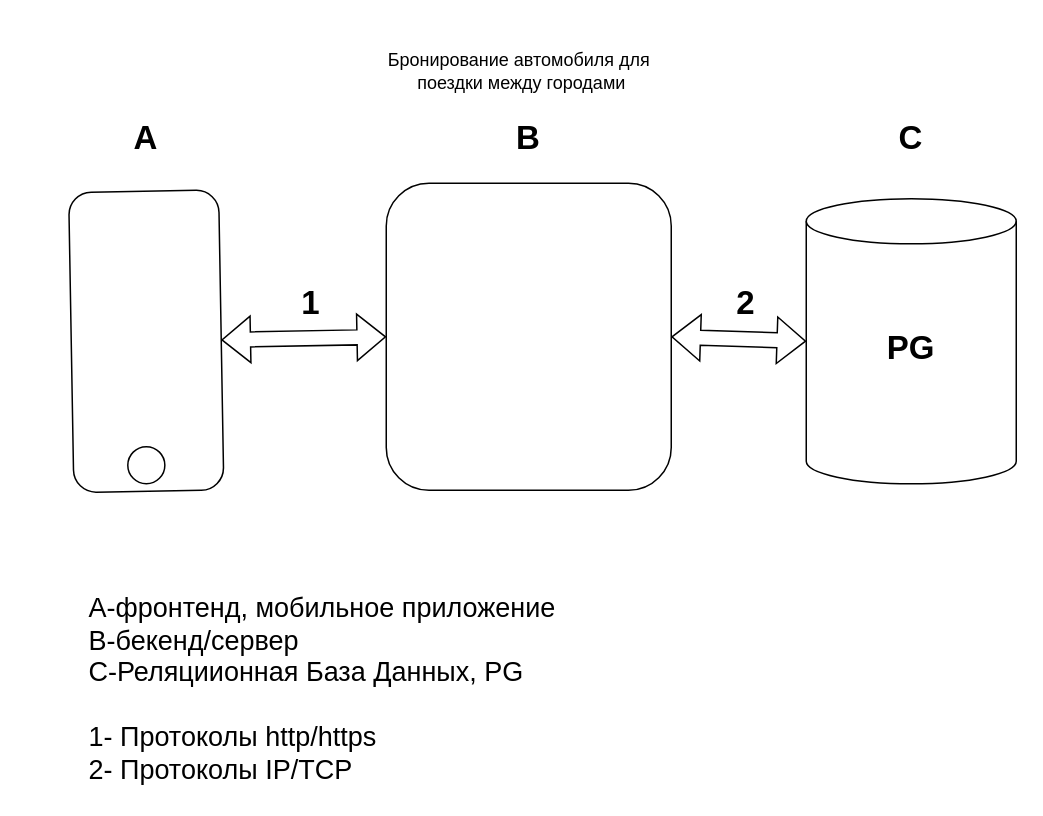
The draw.io diagram Tsaplina_Svetlana/Архитектура.drawio in abdullahproff/BSA21_1, before the edit. Source tidied: cells renumbered, new cells numbered last; positions are measured from the earlier drawing's top-left corner, leaving out a move shared by most shapes. Both pictures are drawn from the tidied source at 150%, with x=0, y=0 at pixel (-4, 40).
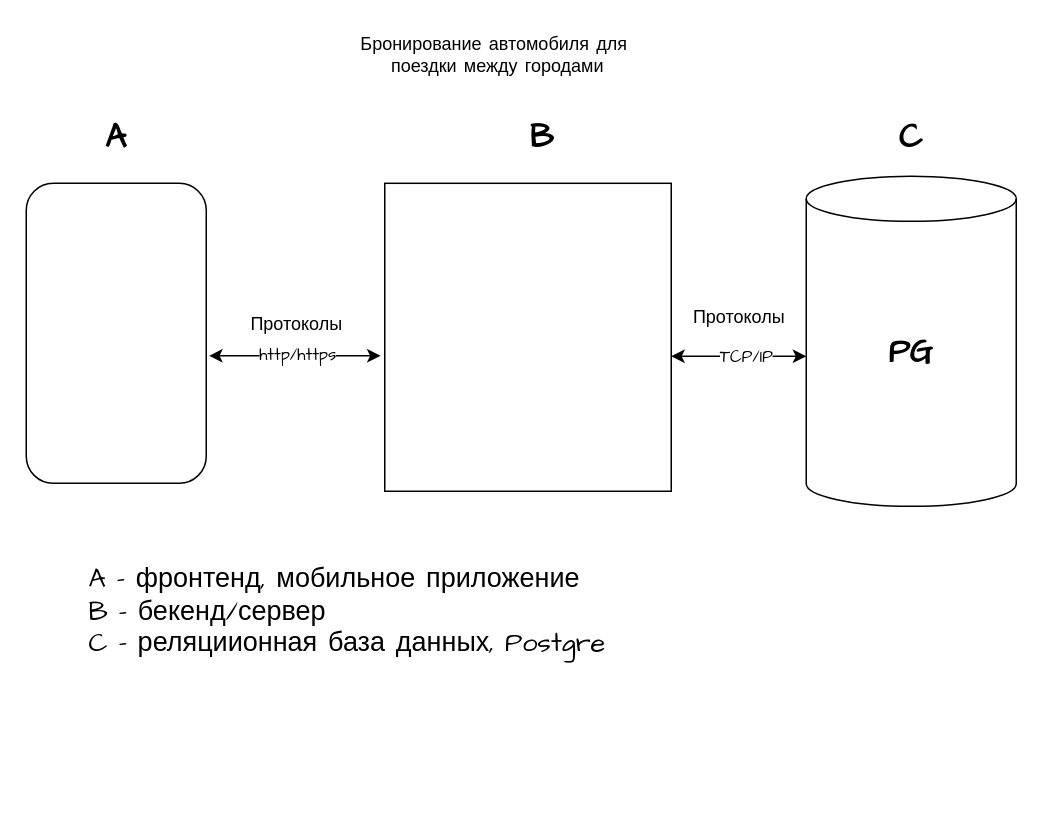
The same diagram, later.

Diff of the diagram source:
```diff
@@
     <mxCell id="2" style="shape=cylinder3;whiteSpace=wrap;html=1;boundedLbl=1;backgroundOutline=1;size=15;" parent="1" vertex="1">
-      <mxGeometry x="540" y="105" width="140" height="190" as="geometry" />
+      <mxGeometry x="540" y="90" width="140" height="220" as="geometry" />
     </mxCell>
-    <mxCell id="3" style="rounded=1;whiteSpace=wrap;html=1;rotation=89;" parent="1" vertex="1">
-      <mxGeometry y="150" width="200" height="100" as="geometry" />
-    </mxCell>
-    <mxCell id="4" style="ellipse;whiteSpace=wrap;html=1;" parent="1" vertex="1">
-      <mxGeometry x="87.7" y="270.3" width="24.7" height="24.7" as="geometry" />
-    </mxCell>
-    <mxCell id="5" style="rounded=1;whiteSpace=wrap;html=1;" parent="1" vertex="1">
-      <mxGeometry x="260" y="94.7" width="190" height="204.7" as="geometry" />
-    </mxCell>
-    <mxCell id="6" value="A" style="text;html=1;strokeColor=none;fillColor=none;align=center;verticalAlign=middle;whiteSpace=wrap;rounded=0;fontStyle=1;fontSize=22;" parent="1" vertex="1">
-      <mxGeometry x="70" y="50" width="60" height="30" as="geometry" />
+    <mxCell id="6" value="A" style="text;html=1;strokeColor=none;fillColor=none;align=center;verticalAlign=middle;whiteSpace=wrap;rounded=0;fontStyle=1;fontSize=22;fontFamily=Comic Sans MS;" parent="1" vertex="1">
+      <mxGeometry x="50" y="50" width="60" height="30" as="geometry" />
     </mxCell>
-    <mxCell id="7" value="B" style="text;html=1;strokeColor=none;fillColor=none;align=center;verticalAlign=middle;whiteSpace=wrap;rounded=0;fontStyle=1;fontSize=22;" parent="1" vertex="1">
-      <mxGeometry x="325" y="50" width="60" height="30" as="geometry" />
+    <mxCell id="7" value="B" style="text;html=1;strokeColor=none;fillColor=none;align=center;verticalAlign=middle;whiteSpace=wrap;rounded=0;fontStyle=1;fontSize=22;fontFamily=Comic Sans MS;" parent="1" vertex="1">
+      <mxGeometry x="334" y="50" width="60" height="30" as="geometry" />
     </mxCell>
-    <mxCell id="8" value="C" style="text;html=1;strokeColor=none;fillColor=none;align=center;verticalAlign=middle;whiteSpace=wrap;rounded=0;fontStyle=1;fontSize=22;" parent="1" vertex="1">
+    <mxCell id="8" value="C" style="text;html=1;strokeColor=none;fillColor=none;align=center;verticalAlign=middle;whiteSpace=wrap;rounded=0;fontStyle=1;fontSize=22;fontFamily=Comic Sans MS;" parent="1" vertex="1">
       <mxGeometry x="580" y="50" width="60" height="30" as="geometry" />
     </mxCell>
-    <mxCell id="9" style="shape=flexArrow;endArrow=classic;startArrow=classic;html=1;rounded=0;fontSize=22;exitX=0.5;exitY=0;exitDx=0;exitDy=0;entryX=0;entryY=0.5;entryDx=0;entryDy=0;" parent="1" edge="1" source="3" target="5">
-      <mxGeometry relative="1" as="geometry" />
-    </mxCell>
-    <mxCell id="10" style="shape=flexArrow;endArrow=classic;startArrow=classic;html=1;rounded=0;fontSize=22;entryX=0;entryY=0.5;entryDx=0;entryDy=0;entryPerimeter=0;exitX=1;exitY=0.5;exitDx=0;exitDy=0;" parent="1" edge="1" source="5" target="2">
-      <mxGeometry relative="1" as="geometry" />
-    </mxCell>
-    <mxCell id="11" value="&lt;b&gt;1&lt;/b&gt;" style="text;html=1;strokeColor=none;fillColor=none;align=center;verticalAlign=middle;whiteSpace=wrap;rounded=0;fontSize=22;" parent="1" vertex="1">
-      <mxGeometry x="180" y="160" width="60" height="30" as="geometry" />
-    </mxCell>
-    <mxCell id="12" value="&lt;b&gt;2&lt;/b&gt;" style="text;html=1;strokeColor=none;fillColor=none;align=center;verticalAlign=middle;whiteSpace=wrap;rounded=0;fontSize=22;" parent="1" vertex="1">
-      <mxGeometry x="470" y="160" width="60" height="30" as="geometry" />
-    </mxCell>
-    <mxCell id="13" value="A-фронтенд, мобильное приложение&lt;br style=&quot;font-size: 18px;&quot;&gt;B-бекенд/сервер&lt;br style=&quot;font-size: 18px;&quot;&gt;C-Реляциионная База Данных, PG&lt;br style=&quot;font-size: 18px;&quot;&gt;" style="text;html=1;strokeColor=none;fillColor=none;align=left;verticalAlign=middle;whiteSpace=wrap;rounded=0;fontSize=18;" parent="1" vertex="1">
-      <mxGeometry x="60" y="350" width="440" height="100" as="geometry" />
+    <mxCell id="13" value="&lt;font face=&quot;Comic Sans MS&quot;&gt;A - фронтенд, мобильное приложение&lt;br style=&quot;font-size: 18px;&quot;&gt;B - бекенд/сервер&lt;br style=&quot;font-size: 18px;&quot;&gt;C - реляциионная база данных, Postgre&lt;/font&gt;" style="text;html=1;strokeColor=none;fillColor=none;align=left;verticalAlign=middle;whiteSpace=wrap;rounded=0;fontSize=18;" parent="1" vertex="1">
+      <mxGeometry x="60" y="330" width="440" height="100" as="geometry" />
     </mxCell>
-    <mxCell id="14" value="PG" style="text;html=1;strokeColor=none;fillColor=none;align=center;verticalAlign=middle;whiteSpace=wrap;rounded=0;fontSize=22;fontStyle=1;" parent="1" vertex="1">
-      <mxGeometry x="580" y="190" width="60" height="30" as="geometry" />
+    <mxCell id="14" value="PG" style="text;html=1;strokeColor=none;fillColor=none;align=center;verticalAlign=middle;whiteSpace=wrap;rounded=0;fontSize=22;fontStyle=1;fontFamily=Comic Sans MS;" parent="1" vertex="1">
+      <mxGeometry x="580" y="192.5" width="60" height="30" as="geometry" />
     </mxCell>
-    <mxCell id="15" value="1- Протоколы http/https&lt;br style=&quot;font-size: 18px;&quot;&gt;2- Протоколы IP/TCP" style="text;html=1;strokeColor=none;fillColor=none;align=left;verticalAlign=middle;whiteSpace=wrap;rounded=0;fontSize=18;" parent="1" vertex="1">
-      <mxGeometry x="60" y="450" width="390" height="50" as="geometry" />
-    </mxCell>
-    <mxCell id="16" value="Бронирование автомобиля для&amp;nbsp;&lt;div&gt;поездки между городами&lt;/div&gt;" style="text;html=1;align=center;verticalAlign=middle;strokeColor=none;fillColor=none;" parent="1" vertex="1">
-      <mxGeometry x="250" width="200" height="40" as="geometry" />
+    <mxCell id="16" value="Бронирование автомобиля для&amp;nbsp;&lt;div&gt;поездки между городами&lt;/div&gt;" style="text;html=1;align=center;verticalAlign=middle;strokeColor=none;fillColor=none;fontFamily=Comic Sans MS;" parent="1" vertex="1">
+      <mxGeometry x="229" y="-10" width="210" height="40" as="geometry" />
     </mxCell>
+    <mxCell id="17" style="endArrow=classic;startArrow=classic;html=1;rounded=0;exitX=0.553;exitY=-0.017;exitDx=0;exitDy=0;exitPerimeter=0;entryX=-0.02;entryY=0.562;entryDx=0;entryDy=0;entryPerimeter=0;" parent="1" edge="1">
+      <mxGeometry relative="1" as="geometry">
+        <mxPoint x="141.9" y="209.7" as="sourcePoint" />
+        <mxPoint x="256.2" y="209.7" as="targetPoint" />
+      </mxGeometry>
+    </mxCell>
+    <mxCell id="18" value="http/https" style="edgeLabel;html=1;align=center;verticalAlign=middle;fontFamily=Comic Sans MS;" parent="17" vertex="1">
+      <mxGeometry x="-0.1" y="1" relative="1" as="geometry">
+        <mxPoint x="8" as="offset" />
+      </mxGeometry>
+    </mxCell>
+    <mxCell id="19" value="Протоколы" style="text;html=1;align=center;verticalAlign=middle;strokeColor=none;fillColor=none;fontFamily=Comic Sans MS;" parent="1" vertex="1">
+      <mxGeometry x="155" y="175" width="90" height="30" as="geometry" />
+    </mxCell>
+    <mxCell id="20" value="Протоколы" style="text;html=1;align=center;verticalAlign=middle;strokeColor=none;fillColor=none;fontFamily=Comic Sans MS;" parent="1" vertex="1">
+      <mxGeometry x="450" y="170" width="90" height="30" as="geometry" />
+    </mxCell>
+    <mxCell id="21" style="endArrow=classic;startArrow=classic;html=1;rounded=0;exitX=0.553;exitY=-0.017;exitDx=0;exitDy=0;exitPerimeter=0;" parent="1" edge="1">
+      <mxGeometry relative="1" as="geometry">
+        <mxPoint x="450" y="210" as="sourcePoint" />
+        <mxPoint x="540" y="210" as="targetPoint" />
+      </mxGeometry>
+    </mxCell>
+    <mxCell id="22" value="TCP/IP" style="edgeLabel;html=1;align=center;verticalAlign=middle;fontFamily=Comic Sans MS;" parent="21" vertex="1">
+      <mxGeometry x="-0.1" y="1" relative="1" as="geometry">
+        <mxPoint x="8" as="offset" />
+      </mxGeometry>
+    </mxCell>
+    <mxCell id="23" style="rounded=1;whiteSpace=wrap;html=1;" parent="1" vertex="1">
+      <mxGeometry x="20" y="94.7" width="120" height="200" as="geometry" />
+    </mxCell>
+    <mxCell id="24" style="whiteSpace=wrap;html=1;" parent="1" vertex="1">
+      <mxGeometry x="259" y="94.7" width="191" height="205.3" as="geometry" />
+    </mxCell>
```
